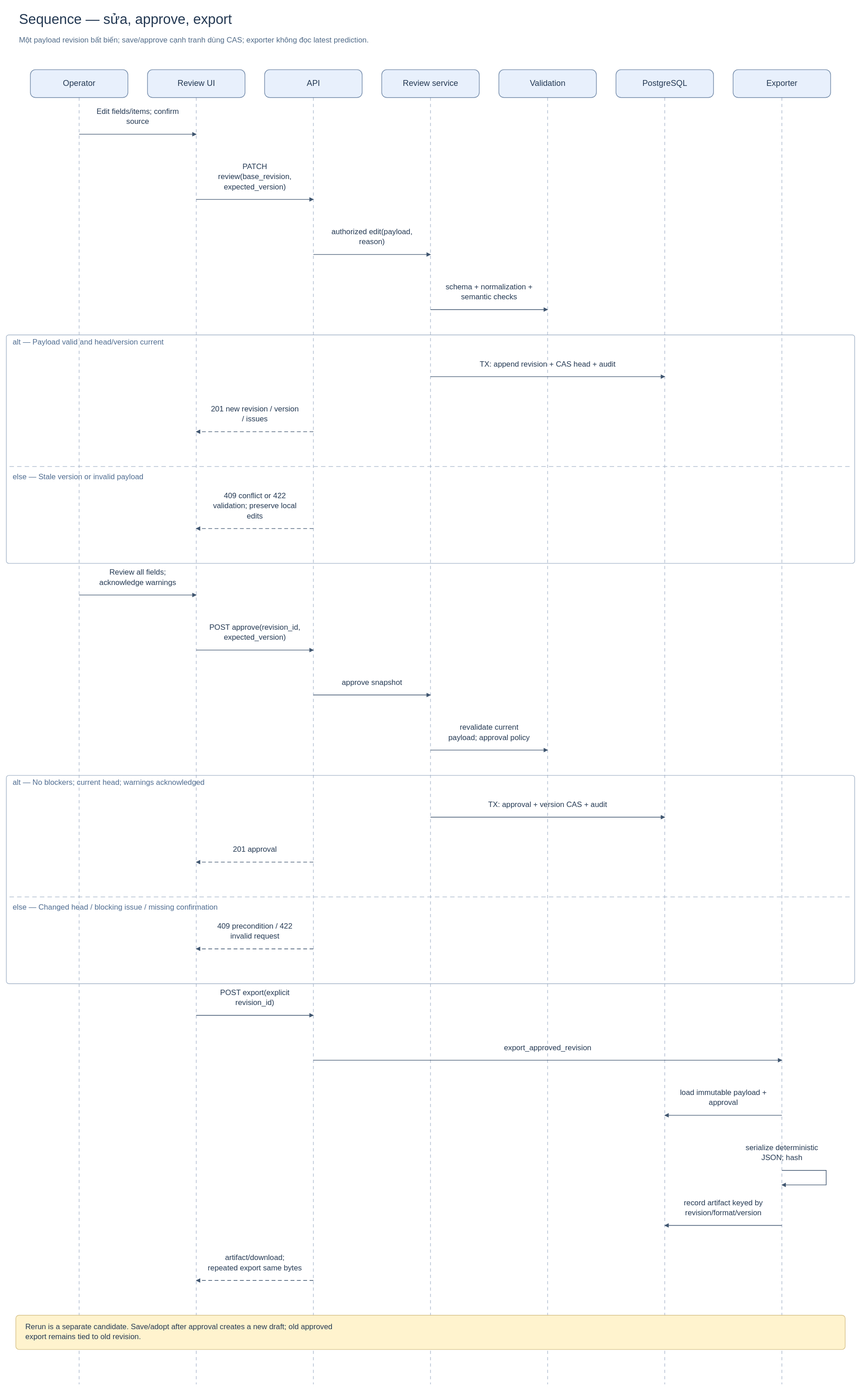
Above: docs/uml/04-review-sequence.svg in harivodich/SE2026-T08 (PlantUML), before the change. Its source is kept beside it as docs/uml/04-review-sequence.puml.
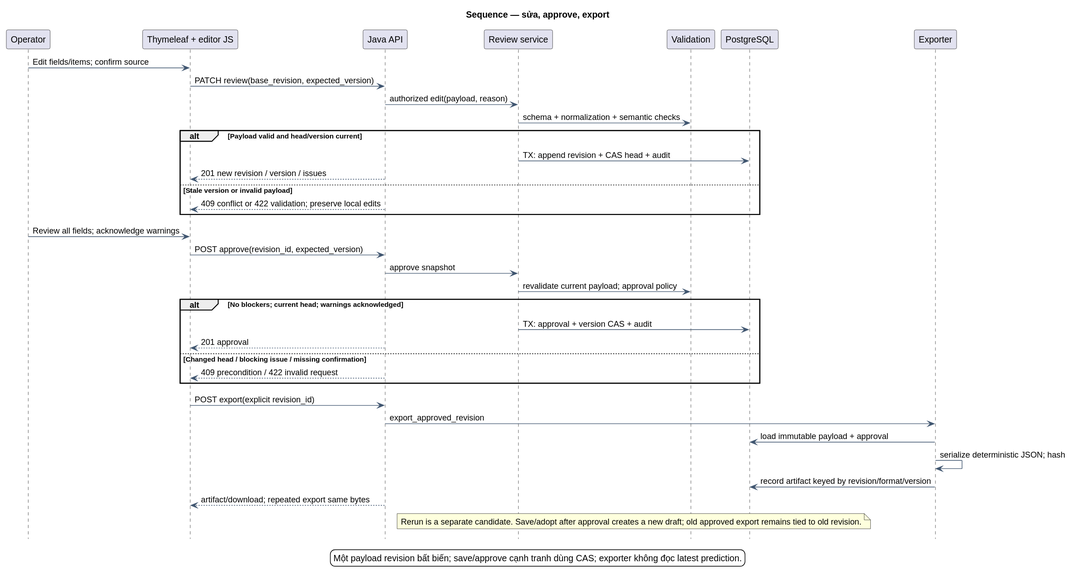
Later version of the same file.

What changed in the source:
```diff
@@ -6,8 +6,8 @@
 skinparam ArrowColor #405670
 hide footbox
 participant "Operator" as user
-participant "Review UI" as ui
-participant "API" as api
+participant "Thymeleaf + editor JS" as ui
+participant "Java API" as api
 participant "Review service" as review
 participant "Validation" as rules
 participant "PostgreSQL" as db
```
